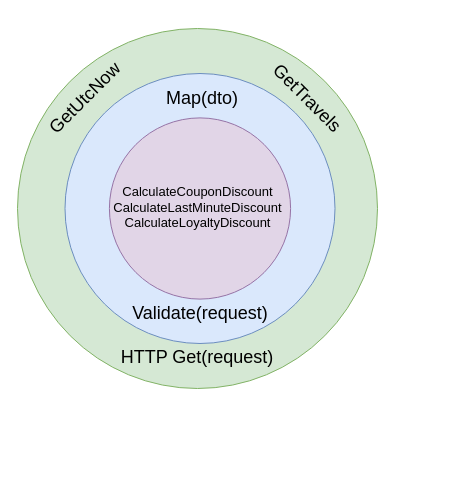
Above: presentation/onion.drawio in konradwrzeszcz/4Developers (draw.io), before the change. Source tidied: cells renumbered, new cells numbered last; positions are measured from the earlier drawing's top-left corner, leaving out a move shared by most shapes. Both pictures are drawn from the tidied source at 100%, with x=0, y=0 at pixel (17, 28).
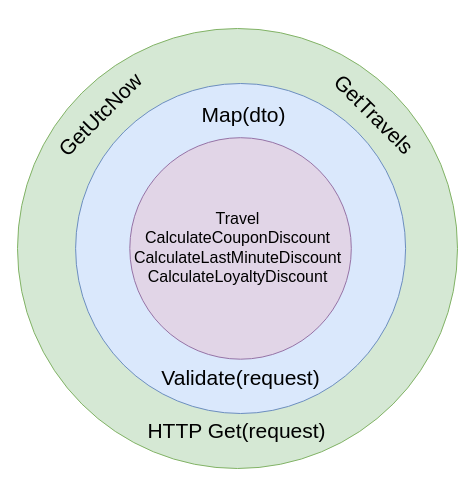
The same page after the edit.

Change to the diagram source:
```diff
@@
 <mxGraphModel>
   <root>
     <mxCell id="0" />
     <mxCell id="1" parent="0" />
+    <mxCell id="11" style="group;" parent="1" vertex="1">
+      <mxGeometry width="440" height="440" as="geometry" />
+    </mxCell>
-    <mxCell id="2" style="ellipse;whiteSpace=wrap;html=1;fillColor=#d5e8d4;strokeColor=#82b366;" parent="1" vertex="1">
-      <mxGeometry width="360" height="360" as="geometry" />
+    <mxCell id="2" style="ellipse;whiteSpace=wrap;html=1;fillColor=#d5e8d4;strokeColor=#82b366;" parent="11" vertex="1">
+      <mxGeometry width="440" height="440" as="geometry" />
     </mxCell>
-    <mxCell id="3" style="ellipse;whiteSpace=wrap;html=1;fillColor=#dae8fc;strokeColor=#6c8ebf;" parent="1" vertex="1">
-      <mxGeometry x="47.5" y="45" width="270" height="270" as="geometry" />
+    <mxCell id="3" style="ellipse;whiteSpace=wrap;html=1;fillColor=#dae8fc;strokeColor=#6c8ebf;" parent="11" vertex="1">
+      <mxGeometry x="58.1" y="55" width="330" height="330" as="geometry" />
     </mxCell>
-    <mxCell id="4" style="ellipse;whiteSpace=wrap;html=1;fillColor=#e1d5e7;strokeColor=#9673a6;" parent="1" vertex="1">
-      <mxGeometry x="91.9" y="89.4" width="181.2" height="181.2" as="geometry" />
+    <mxCell id="4" style="ellipse;whiteSpace=wrap;html=1;fillColor=#e1d5e7;strokeColor=#9673a6;" parent="11" vertex="1">
+      <mxGeometry x="112.3" y="109.2" width="221.5" height="221.5" as="geometry" />
     </mxCell>
-    <mxCell id="5" value="&lt;font style=&quot;font-size: 18px&quot;&gt;GetTravels&lt;/font&gt;" style="text;html=1;strokeColor=none;fillColor=none;align=center;verticalAlign=middle;whiteSpace=wrap;rounded=0;rotation=45;" parent="1" vertex="1">
-      <mxGeometry x="185" y="60" width="210" height="20" as="geometry" />
+    <mxCell id="5" value="&lt;font style=&quot;font-size: 21px&quot;&gt;GetTravels&lt;/font&gt;" style="text;html=1;strokeColor=none;fillColor=none;align=center;verticalAlign=middle;whiteSpace=wrap;rounded=0;rotation=45;" parent="11" vertex="1">
+      <mxGeometry x="281.1" y="73.3" width="152.8" height="24.4" as="geometry" />
     </mxCell>
-    <mxCell id="6" value="&lt;font style=&quot;font-size: 18px&quot;&gt;GetUtcNow&lt;/font&gt;" style="text;html=1;strokeColor=none;fillColor=none;align=center;verticalAlign=middle;whiteSpace=wrap;rounded=0;rotation=-45;" parent="1" vertex="1">
-      <mxGeometry x="47.5" y="50" width="40" height="40" as="geometry" />
+    <mxCell id="6" value="&lt;font style=&quot;font-size: 21px&quot;&gt;GetUtcNow&lt;/font&gt;" style="text;html=1;strokeColor=none;fillColor=none;align=center;verticalAlign=middle;whiteSpace=wrap;rounded=0;rotation=-45;" parent="11" vertex="1">
+      <mxGeometry x="58.1" y="61.1" width="48.9" height="48.9" as="geometry" />
     </mxCell>
-    <mxCell id="7" value="&lt;font style=&quot;font-size: 18px&quot;&gt;HTTP Get(request)&lt;/font&gt;" style="text;html=1;strokeColor=none;fillColor=none;align=center;verticalAlign=middle;whiteSpace=wrap;rounded=0;rotation=0;" parent="1" vertex="1">
-      <mxGeometry x="65" y="319" width="230" height="20" as="geometry" />
+    <mxCell id="7" value="&lt;font style=&quot;font-size: 21px&quot;&gt;HTTP Get(request)&lt;/font&gt;" style="text;html=1;strokeColor=none;fillColor=none;align=center;verticalAlign=middle;whiteSpace=wrap;rounded=0;rotation=0;" parent="11" vertex="1">
+      <mxGeometry x="79.4" y="389.9" width="281.1" height="24.4" as="geometry" />
     </mxCell>
-    <mxCell id="8" value="&lt;font style=&quot;font-size: 18px&quot;&gt;Map(dto)&lt;/font&gt;" style="text;html=1;strokeColor=none;fillColor=none;align=center;verticalAlign=middle;whiteSpace=wrap;rounded=0;rotation=0;" parent="1" vertex="1">
-      <mxGeometry x="120" y="50" width="130" height="40" as="geometry" />
+    <mxCell id="8" value="&lt;font style=&quot;font-size: 21px&quot;&gt;Map(dto)&lt;/font&gt;" style="text;html=1;strokeColor=none;fillColor=none;align=center;verticalAlign=middle;whiteSpace=wrap;rounded=0;rotation=0;" parent="11" vertex="1">
+      <mxGeometry x="146.7" y="61.1" width="158.9" height="48.9" as="geometry" />
     </mxCell>
-    <mxCell id="9" value="&lt;font style=&quot;font-size: 18px&quot;&gt;Validate(request)&lt;/font&gt;" style="text;html=1;strokeColor=none;fillColor=none;align=center;verticalAlign=middle;whiteSpace=wrap;rounded=0;rotation=0;" parent="1" vertex="1">
-      <mxGeometry x="117.5" y="264" width="130" height="42.5" as="geometry" />
+    <mxCell id="9" value="&lt;font style=&quot;font-size: 21px&quot;&gt;Validate(request)&lt;/font&gt;" style="text;html=1;strokeColor=none;fillColor=none;align=center;verticalAlign=middle;whiteSpace=wrap;rounded=0;rotation=0;" parent="11" vertex="1">
+      <mxGeometry x="143.6" y="322.7" width="158.9" height="51.9" as="geometry" />
     </mxCell>
-    <mxCell id="10" value="&lt;font style=&quot;font-size: 13px&quot;&gt;CalculateCouponDiscount&lt;br&gt;CalculateLastMinuteDiscount&lt;br&gt;CalculateLoyaltyDiscount&lt;/font&gt;&lt;span style=&quot;color: rgba(0 , 0 , 0 , 0) ; font-family: monospace ; font-size: 15px&quot;&gt;&lt;br&gt;&lt;/span&gt;" style="text;html=1;strokeColor=none;fillColor=none;align=center;verticalAlign=middle;whiteSpace=wrap;rounded=0;rotation=0;" parent="1" vertex="1">
-      <mxGeometry x="98.8" y="155" width="162.5" height="50" as="geometry" />
+    <mxCell id="10" value="&lt;font style=&quot;font-size: 16px&quot;&gt;Travel CalculateCouponDiscount&lt;br&gt;CalculateLastMinuteDiscount&lt;br&gt;CalculateLoyaltyDiscount&lt;/font&gt;&lt;span style=&quot;color: rgba(0 , 0 , 0 , 0) ; font-family: monospace ; font-size: 15px&quot;&gt;&lt;br&gt;&lt;/span&gt;" style="text;html=1;strokeColor=none;fillColor=none;align=center;verticalAlign=middle;whiteSpace=wrap;rounded=0;rotation=0;" parent="11" vertex="1">
+      <mxGeometry x="120.7" y="189.4" width="198.6" height="61.1" as="geometry" />
     </mxCell>
   </root>
 </mxGraphModel>
```
